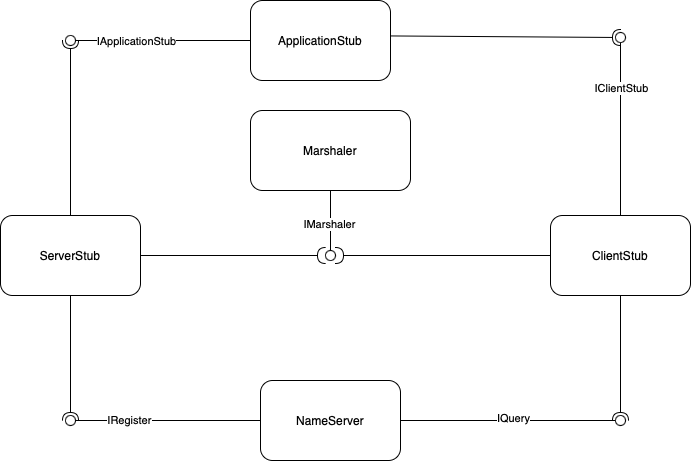
This is doku-middleware/MiddlewareComponent.png from PrismFox/tron-game, a draw.io export, as it was before one commit. Source tidied: cells renumbered, new cells last; positions are measured from the earlier drawing's top-left corner, leaving out a move shared by most shapes.
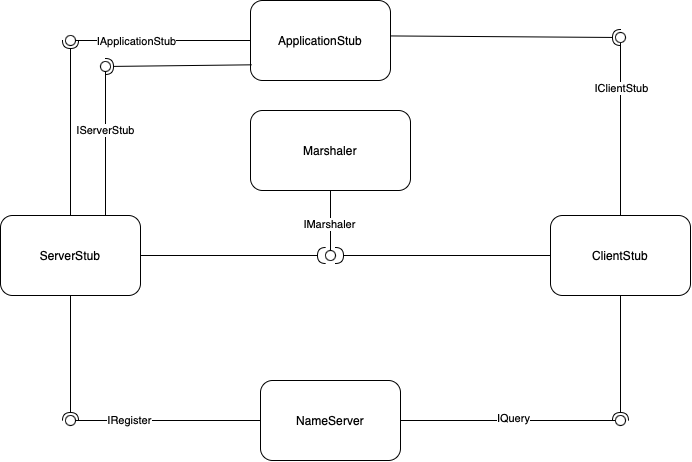
The same file after the commit.

What changed in the source:
```diff
@@ -80,5 +80,19 @@
     <mxCell id="27" style="ellipse;whiteSpace=wrap;html=1;align=center;points=[];outlineConnect=0;sketch=0;" parent="1" vertex="1">
       <mxGeometry x="65" y="35" width="10" height="10" as="geometry" />
     </mxCell>
+    <mxCell id="28" style="rounded=0;jettySize=auto;html=1;endArrow=none;endFill=0;sketch=0;sourcePerimeterSpacing=0;targetPerimeterSpacing=0;exitX=0.75;exitY=0;exitDx=0;exitDy=0;" parent="1" edge="1" source="3" target="31">
+      <mxGeometry relative="1" as="geometry" />
+    </mxCell>
+    <mxCell id="29" value="IServerStub" style="edgeLabel;html=1;align=center;verticalAlign=middle;" parent="28" vertex="1">
+      <mxGeometry x="0.31" y="1" relative="1" as="geometry">
+        <mxPoint x="1" y="9" as="offset" />
+      </mxGeometry>
+    </mxCell>
+    <mxCell id="30" style="rounded=0;jettySize=auto;html=1;endArrow=halfCircle;endFill=0;entryX=0.5;entryY=0.5;endSize=6;strokeWidth=1;sketch=0;exitX=0.009;exitY=0.804;exitDx=0;exitDy=0;exitPerimeter=0;" parent="1" edge="1" source="6" target="31">
+      <mxGeometry relative="1" as="geometry" />
+    </mxCell>
+    <mxCell id="31" style="ellipse;whiteSpace=wrap;html=1;align=center;points=[];outlineConnect=0;sketch=0;" parent="1" vertex="1">
+      <mxGeometry x="100" y="61" width="10" height="10" as="geometry" />
+    </mxCell>
   </root>
 </mxGraphModel>
```
